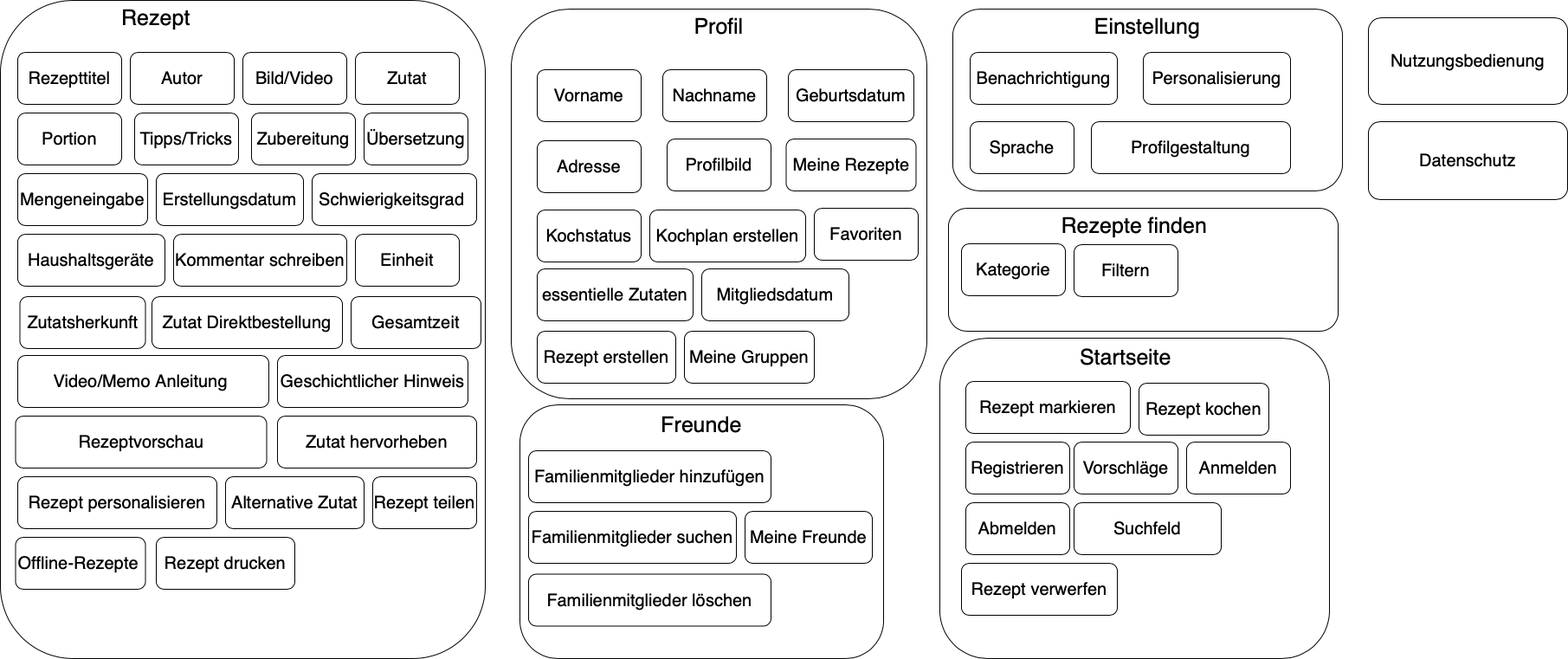
Inf166/PeerToPeerSharingOfCookingRecipies keeps this draw.io diagram as Artefakte/ContentModel/WS2020_CobanMai_ContentModel_v3.png. Above is the earlier version. Source tidied: cells renumbered, new cells last; positions are measured from the earlier drawing's top-left corner, leaving out a move shared by most shapes.
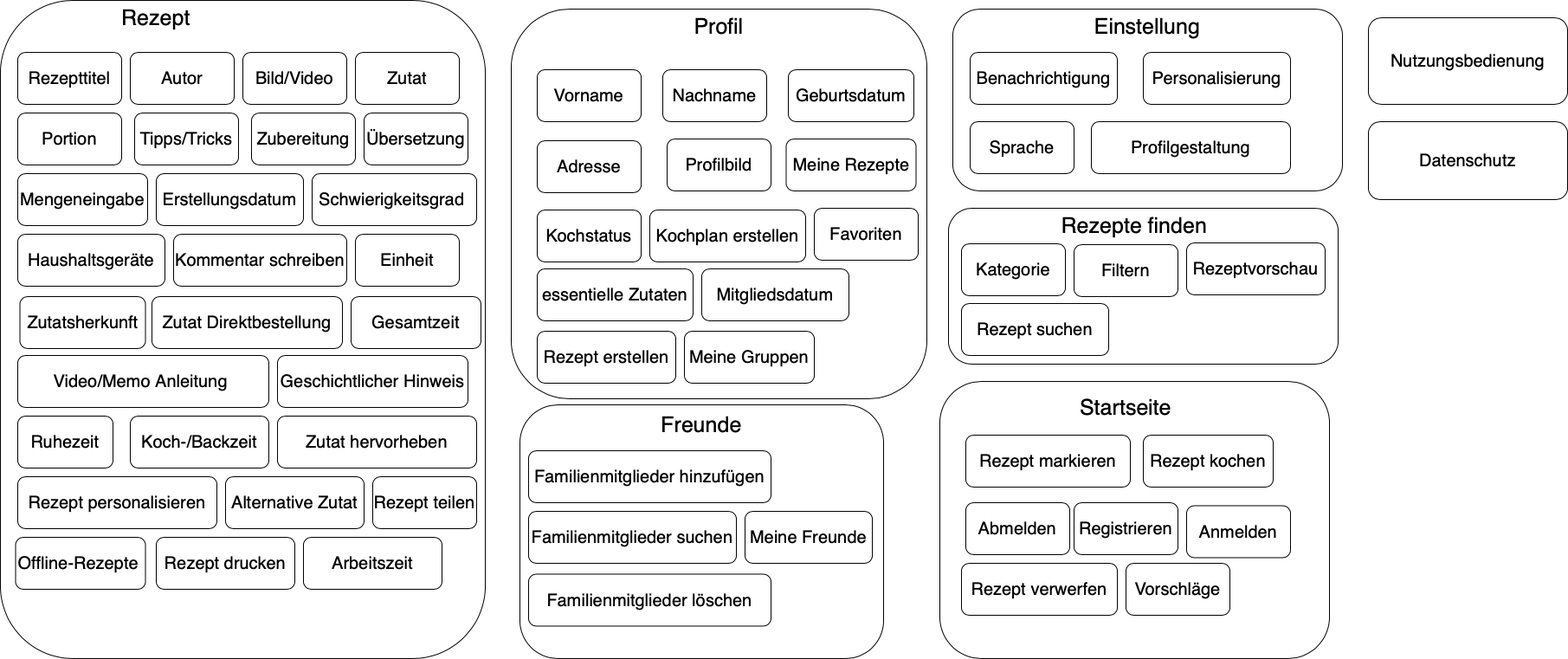
Above is the later version.

What changed in the source:
```diff
@@ -6,10 +6,10 @@
       <mxGeometry x="600" y="467" width="420" height="293" as="geometry" />
     </mxCell>
     <mxCell id="3" style="rounded=1;whiteSpace=wrap;html=1;fillColor=none;" parent="1" vertex="1">
-      <mxGeometry x="1095" y="240" width="450" height="142" as="geometry" />
+      <mxGeometry x="1095" y="240" width="450" height="180" as="geometry" />
     </mxCell>
     <mxCell id="4" style="rounded=1;whiteSpace=wrap;html=1;fillColor=none;" parent="1" vertex="1">
-      <mxGeometry x="1085" y="390" width="450" height="370" as="geometry" />
+      <mxGeometry x="1085" y="440" width="450" height="320" as="geometry" />
     </mxCell>
     <mxCell id="5" style="rounded=1;whiteSpace=wrap;html=1;fillColor=none;" parent="1" vertex="1">
       <mxGeometry x="1100" y="10" width="450" height="210" as="geometry" />
@@ -75,10 +75,10 @@
       <mxGeometry x="1115" y="580" width="120" height="60" as="geometry" />
     </mxCell>
     <mxCell id="26" value="&lt;span style=&quot;font-size: 20px&quot;&gt;Anmelden&lt;/span&gt;" style="rounded=1;whiteSpace=wrap;html=1;" parent="1" vertex="1">
-      <mxGeometry x="1370" y="510" width="120" height="60" as="geometry" />
+      <mxGeometry x="1370" y="583.5" width="120" height="60" as="geometry" />
     </mxCell>
     <mxCell id="27" value="&lt;span style=&quot;font-size: 20px&quot;&gt;Registrieren&lt;/span&gt;" style="rounded=1;whiteSpace=wrap;html=1;" parent="1" vertex="1">
-      <mxGeometry x="1115" y="510" width="120" height="60" as="geometry" />
+      <mxGeometry x="1240" y="580" width="120" height="60" as="geometry" />
     </mxCell>
     <mxCell id="28" value="&lt;span style=&quot;font-size: 20px&quot;&gt;Kochplan erstellen&lt;/span&gt;" style="rounded=1;whiteSpace=wrap;html=1;" parent="1" vertex="1">
       <mxGeometry x="750" y="242" width="180" height="60" as="geometry" />
@@ -95,14 +95,14 @@
     <mxCell id="32" value="&lt;font style=&quot;font-size: 25px&quot;&gt;Rezept&lt;/font&gt;" style="text;html=1;strokeColor=none;fillColor=none;align=center;verticalAlign=middle;whiteSpace=wrap;rounded=0;" parent="1" vertex="1">
       <mxGeometry x="160" y="10" width="40" height="20" as="geometry" />
     </mxCell>
-    <mxCell id="33" value="&lt;span style=&quot;font-size: 20px&quot;&gt;Suchfeld&lt;/span&gt;" style="rounded=1;whiteSpace=wrap;html=1;" parent="1" vertex="1">
-      <mxGeometry x="1240" y="580" width="170" height="60" as="geometry" />
+    <mxCell id="33" value="&lt;span style=&quot;font-size: 20px&quot;&gt;Rezept suchen&lt;/span&gt;" style="rounded=1;whiteSpace=wrap;html=1;" parent="1" vertex="1">
+      <mxGeometry x="1110" y="350" width="170" height="60" as="geometry" />
     </mxCell>
     <mxCell id="34" value="&lt;font style=&quot;font-size: 25px&quot;&gt;Startseite&lt;/font&gt;" style="text;html=1;strokeColor=none;fillColor=none;align=center;verticalAlign=middle;whiteSpace=wrap;rounded=0;" parent="1" vertex="1">
-      <mxGeometry x="1280" y="402" width="40" height="20" as="geometry" />
+      <mxGeometry x="1280" y="460" width="40" height="20" as="geometry" />
     </mxCell>
     <mxCell id="35" value="&lt;span style=&quot;font-size: 20px&quot;&gt;Vorschläge&lt;/span&gt;" style="rounded=1;whiteSpace=wrap;html=1;" parent="1" vertex="1">
-      <mxGeometry x="1240" y="510" width="120" height="60" as="geometry" />
+      <mxGeometry x="1300" y="650" width="120" height="60" as="geometry" />
     </mxCell>
     <mxCell id="36" value="&lt;font style=&quot;font-size: 25px&quot;&gt;Rezepte finden&lt;/font&gt;" style="text;html=1;strokeColor=none;fillColor=none;align=center;verticalAlign=middle;whiteSpace=wrap;rounded=0;" parent="1" vertex="1">
       <mxGeometry x="1210" y="250" width="200" height="20" as="geometry" />
@@ -153,10 +153,10 @@
       <mxGeometry x="620" y="382" width="160" height="60" as="geometry" />
     </mxCell>
     <mxCell id="52" value="&lt;span style=&quot;font-size: 20px&quot;&gt;Rezept markieren&lt;/span&gt;" style="rounded=1;whiteSpace=wrap;html=1;" parent="1" vertex="1">
-      <mxGeometry x="1115" y="440" width="190" height="60" as="geometry" />
+      <mxGeometry x="1115" y="502" width="190" height="60" as="geometry" />
     </mxCell>
     <mxCell id="53" value="&lt;span style=&quot;font-size: 20px&quot;&gt;Rezept kochen&lt;/span&gt;" style="rounded=1;whiteSpace=wrap;html=1;" parent="1" vertex="1">
-      <mxGeometry x="1315" y="442" width="150" height="60" as="geometry" />
+      <mxGeometry x="1320" y="502" width="150" height="60" as="geometry" />
     </mxCell>
     <mxCell id="54" value="&lt;font style=&quot;font-size: 20px&quot;&gt;Video/Memo&amp;nbsp;Anleitung&amp;nbsp;&lt;/font&gt;" style="rounded=1;whiteSpace=wrap;html=1;" parent="1" vertex="1">
       <mxGeometry x="20" y="410" width="290" height="60" as="geometry" />
@@ -212,8 +212,17 @@
     <mxCell id="71" value="&lt;span style=&quot;font-size: 20px&quot;&gt;Alternative Zutat&lt;/span&gt;" style="rounded=1;whiteSpace=wrap;html=1;" parent="1" vertex="1">
       <mxGeometry x="260" y="550" width="160" height="60" as="geometry" />
     </mxCell>
+    <mxCell id="73" value="&lt;span style=&quot;font-size: 20px&quot;&gt;Ruhezeit&lt;/span&gt;" style="rounded=1;whiteSpace=wrap;html=1;" parent="1" vertex="1">
+      <mxGeometry x="20" y="480" width="110" height="60" as="geometry" />
+    </mxCell>
+    <mxCell id="74" value="&lt;span style=&quot;font-size: 20px&quot;&gt;Arbeitszeit&lt;/span&gt;" style="rounded=1;whiteSpace=wrap;html=1;" parent="1" vertex="1">
+      <mxGeometry x="350" y="620" width="160" height="60" as="geometry" />
+    </mxCell>
+    <mxCell id="75" value="&lt;span style=&quot;font-size: 20px&quot;&gt;Koch-/Backzeit&lt;/span&gt;" style="rounded=1;whiteSpace=wrap;html=1;" parent="1" vertex="1">
+      <mxGeometry x="150" y="480" width="160" height="60" as="geometry" />
+    </mxCell>
     <mxCell id="72" value="&lt;font style=&quot;font-size: 20px&quot;&gt;Rezeptvorschau&lt;/font&gt;" style="rounded=1;whiteSpace=wrap;html=1;" parent="1" vertex="1">
-      <mxGeometry x="17.5" y="480" width="290" height="60" as="geometry" />
+      <mxGeometry x="1370" y="280" width="160" height="60" as="geometry" />
     </mxCell>
   </root>
 </mxGraphModel>
```
